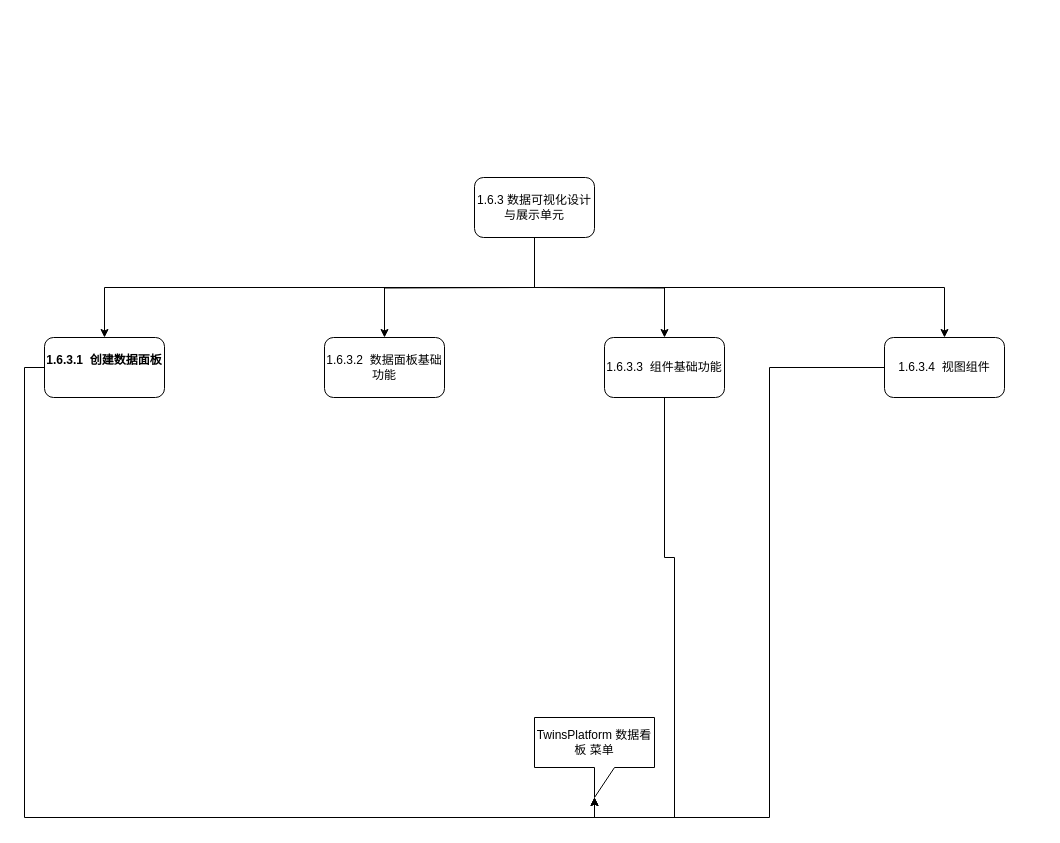
This is work/bigdataVisual.drawio from jinweizhiyuan/app.diagrams.net, a draw.io file, before an edit. Source tidied: cells renumbered, new cells numbered last; positions are measured from the earlier drawing's top-left corner, leaving out a move shared by most shapes. Both pictures are drawn from the tidied source at 100%, with x=0, y=0 at pixel (44, 177).
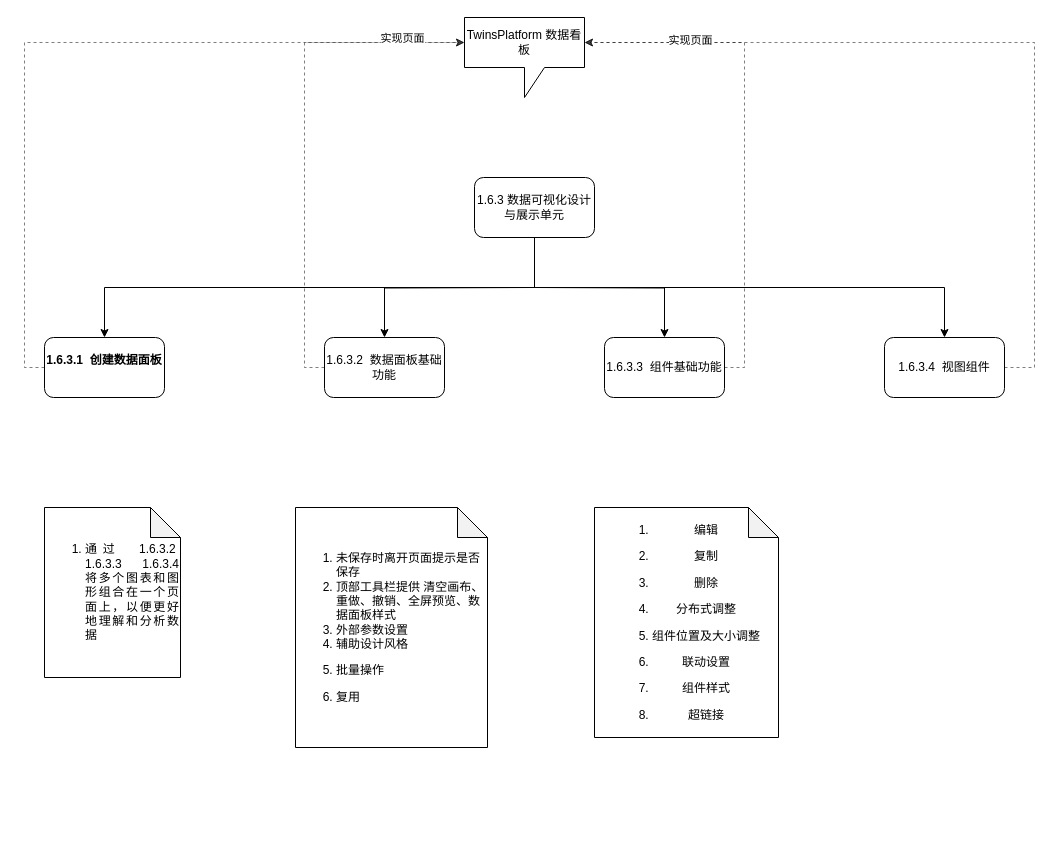
Above is the later version.

Unchanged cells that the change refers to:
```xml
<mxCell id="8" value="&lt;b&gt;1.6.3.1&amp;nbsp; 创建数据面板&lt;br&gt;&lt;br&gt;&lt;/b&gt;" style="rounded=1;whiteSpace=wrap;html=1;" parent="1" vertex="1">
  <mxGeometry y="160" width="120" height="60" as="geometry" />
</mxCell>
<mxCell id="10" value="1.6.3.2&amp;nbsp; 数据面板基础功能" style="rounded=1;whiteSpace=wrap;html=1;" parent="1" vertex="1">
  <mxGeometry x="280" y="160" width="120" height="60" as="geometry" />
</mxCell>
<mxCell id="12" value="1.6.3.3&amp;nbsp; 组件基础功能" style="rounded=1;whiteSpace=wrap;html=1;" parent="1" vertex="1">
  <mxGeometry x="560" y="160" width="120" height="60" as="geometry" />
</mxCell>
<mxCell id="14" value="1.6.3.4&amp;nbsp; 视图组件" style="rounded=1;whiteSpace=wrap;html=1;" parent="1" vertex="1">
  <mxGeometry x="840" y="160" width="120" height="60" as="geometry" />
</mxCell>
```

Diff of the diagram source:
```diff
@@
-    <mxCell id="7" style="edgeStyle=orthogonalEdgeStyle;rounded=0;jettySize=auto;html=1;exitX=0;exitY=0.5;exitDx=0;exitDy=0;entryX=0;entryY=0;entryDx=60;entryDy=80;entryPerimeter=0;" parent="1" edge="1" source="8" target="15">
+    <mxCell id="7" style="edgeStyle=orthogonalEdgeStyle;rounded=0;jettySize=auto;html=1;exitX=0;exitY=0.5;exitDx=0;exitDy=0;entryX=0;entryY=0;entryDx=0;entryDy=25;entryPerimeter=0;dashed=1;opacity=50;" parent="1" edge="1" source="8" target="15">
       <mxGeometry relative="1" as="geometry" />
     </mxCell>
@@
+    <mxCell id="16" style="edgeStyle=orthogonalEdgeStyle;rounded=0;jettySize=auto;html=1;entryX=0;entryY=0;entryDx=0;entryDy=25;entryPerimeter=0;dashed=1;opacity=50;exitX=0;exitY=0.5;exitDx=0;exitDy=0;" parent="1" edge="1" source="10" target="15">
+      <mxGeometry relative="1" as="geometry" />
+    </mxCell>
+    <mxCell id="17" value="实现页面" style="edgeLabel;html=1;align=center;verticalAlign=middle;" parent="16" vertex="1">
+      <mxGeometry x="0.75" y="-2" relative="1" as="geometry">
+        <mxPoint y="-7" as="offset" />
+      </mxGeometry>
+    </mxCell>
@@
-    <mxCell id="11" style="edgeStyle=orthogonalEdgeStyle;rounded=0;jettySize=auto;html=1;entryX=0;entryY=0;entryDx=60;entryDy=80;entryPerimeter=0;" parent="1" edge="1" source="12" target="15">
+    <mxCell id="11" style="edgeStyle=orthogonalEdgeStyle;rounded=0;jettySize=auto;html=1;exitX=1;exitY=0.5;exitDx=0;exitDy=0;entryX=0;entryY=0;entryDx=120;entryDy=25;entryPerimeter=0;dashed=1;opacity=50;" parent="1" edge="1" source="12" target="15">
       <mxGeometry relative="1" as="geometry" />
     </mxCell>
@@
-    <mxCell id="13" style="edgeStyle=orthogonalEdgeStyle;rounded=0;jettySize=auto;html=1;entryX=0;entryY=0;entryDx=60;entryDy=80;entryPerimeter=0;" parent="1" edge="1" source="14" target="15">
-      <mxGeometry relative="1" as="geometry" />
+    <mxCell id="13" style="edgeStyle=orthogonalEdgeStyle;rounded=0;jettySize=auto;html=1;entryX=0;entryY=0;entryDx=120;entryDy=25;entryPerimeter=0;dashed=1;exitX=1;exitY=0.5;exitDx=0;exitDy=0;strokeColor=default;opacity=50;" parent="1" edge="1" source="14" target="15">
+      <mxGeometry relative="1" as="geometry">
+        <Array as="points">
+          <mxPoint x="990" y="190" />
+          <mxPoint x="990" y="-135" />
+        </Array>
+      </mxGeometry>
     </mxCell>
+    <mxCell id="18" value="实现页面" style="edgeLabel;html=1;align=center;verticalAlign=middle;" parent="13" vertex="1">
+      <mxGeometry x="0.74" y="-3" relative="1" as="geometry" />
+    </mxCell>
@@
-    <mxCell id="15" value="TwinsPlatform 数据看板 菜单" style="shape=callout;whiteSpace=wrap;html=1;perimeter=calloutPerimeter;" parent="1" vertex="1">
-      <mxGeometry x="490" y="540" width="120" height="80" as="geometry" />
+    <mxCell id="15" value="TwinsPlatform 数据看板" style="shape=callout;whiteSpace=wrap;html=1;perimeter=calloutPerimeter;" parent="1" vertex="1">
+      <mxGeometry x="420" y="-160" width="120" height="80" as="geometry" />
     </mxCell>
+    <mxCell id="19" value="&lt;ol style=&quot;text-align: left;&quot;&gt;&lt;li&gt;未保存时离开页面提示是否保存&lt;/li&gt;&lt;li&gt;顶部工具栏提供&amp;nbsp;清空画布、重做、撤销、全屏预览、数据面板样式&lt;/li&gt;&lt;li&gt;外部参数设置&lt;br&gt;&lt;/li&gt;&lt;li&gt;辅助设计风格&lt;br&gt;&lt;/li&gt;&lt;li&gt;&lt;p class=&quot;MsoNormal&quot;&gt;批量操作&lt;/p&gt;&lt;/li&gt;&lt;li&gt;&lt;p class=&quot;MsoNormal&quot;&gt;复用&lt;/p&gt;&lt;/li&gt;&lt;/ol&gt;" style="shape=note;whiteSpace=wrap;html=1;backgroundOutline=1;darkOpacity=0.05;" parent="1" vertex="1">
+      <mxGeometry x="251" y="330" width="192" height="240" as="geometry" />
+    </mxCell>
+    <mxCell id="20" value="&lt;ol&gt;&lt;li style=&quot;text-align: justify;&quot;&gt;通过&amp;nbsp; 1.6.3.2&amp;nbsp; 1.6.3.3&amp;nbsp; 1.6.3.4 将多个图表和图形组合在一个页面上，以便更好地理解和分析数据&lt;/li&gt;&lt;/ol&gt;" style="shape=note;whiteSpace=wrap;html=1;backgroundOutline=1;darkOpacity=0.05;" parent="1" vertex="1">
+      <mxGeometry y="330" width="136" height="170" as="geometry" />
+    </mxCell>
+    <mxCell id="21" value="&lt;ol&gt;&lt;li&gt;&lt;p class=&quot;MsoNormal&quot;&gt;编辑&lt;/p&gt;&lt;/li&gt;&lt;li&gt;&lt;p class=&quot;MsoNormal&quot;&gt;复制&lt;/p&gt;&lt;/li&gt;&lt;li&gt;&lt;p class=&quot;MsoNormal&quot;&gt;删除&lt;/p&gt;&lt;/li&gt;&lt;li&gt;&lt;p class=&quot;MsoNormal&quot;&gt;分布式调整&lt;/p&gt;&lt;/li&gt;&lt;li&gt;&lt;p class=&quot;MsoNormal&quot;&gt;组件位置及大小调整&lt;/p&gt;&lt;/li&gt;&lt;li&gt;&lt;p class=&quot;MsoNormal&quot;&gt;联动设置&lt;/p&gt;&lt;/li&gt;&lt;li&gt;&lt;p class=&quot;MsoNormal&quot;&gt;组件样式&lt;/p&gt;&lt;/li&gt;&lt;li&gt;&lt;p class=&quot;MsoNormal&quot;&gt;超链接&lt;/p&gt;&lt;/li&gt;&lt;/ol&gt;" style="shape=note;whiteSpace=wrap;html=1;backgroundOutline=1;darkOpacity=0.05;" parent="1" vertex="1">
+      <mxGeometry x="550" y="330" width="184" height="230" as="geometry" />
+    </mxCell>
```
